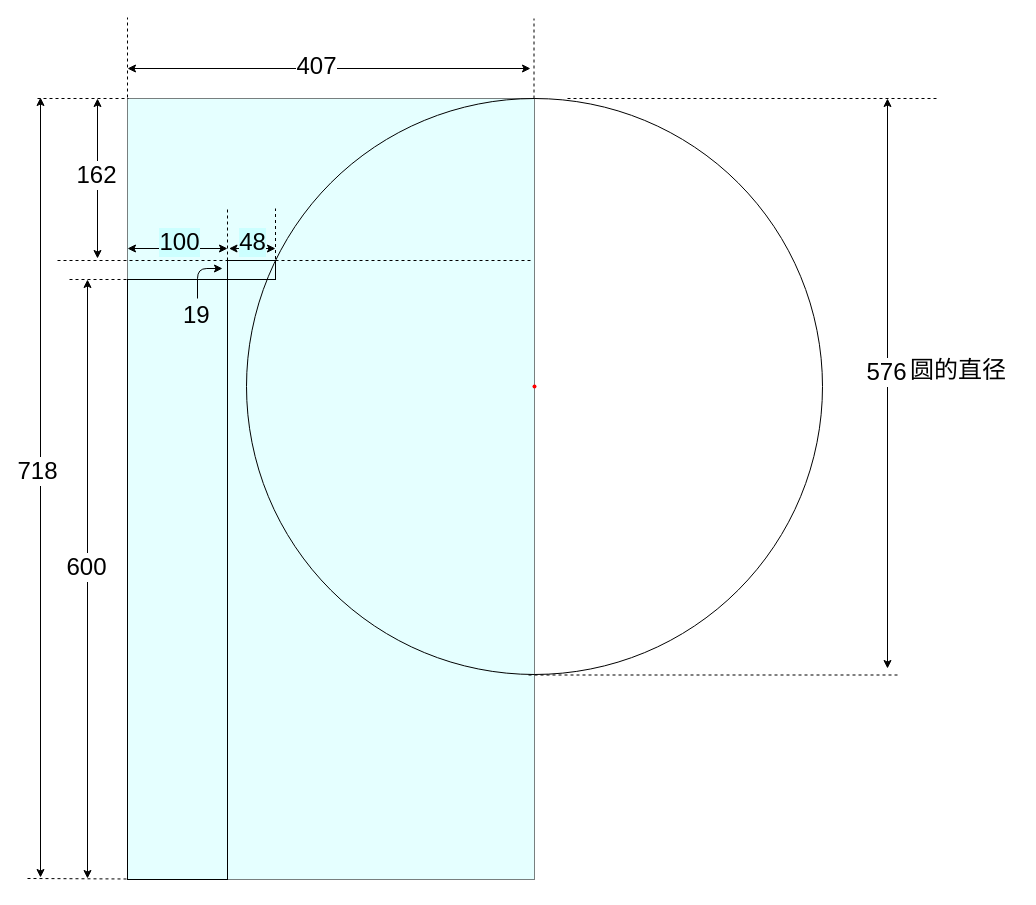
The draw.io diagram result/Untitled Diagram.drawio in Soffiaa/getTitles, before the edit. Source tidied: cells renumbered, new cells numbered last; positions are measured from the earlier drawing's top-left corner, leaving out a move shared by most shapes. Both pictures are drawn from the tidied source at 100%, with x=0, y=0 at pixel (27, 17).
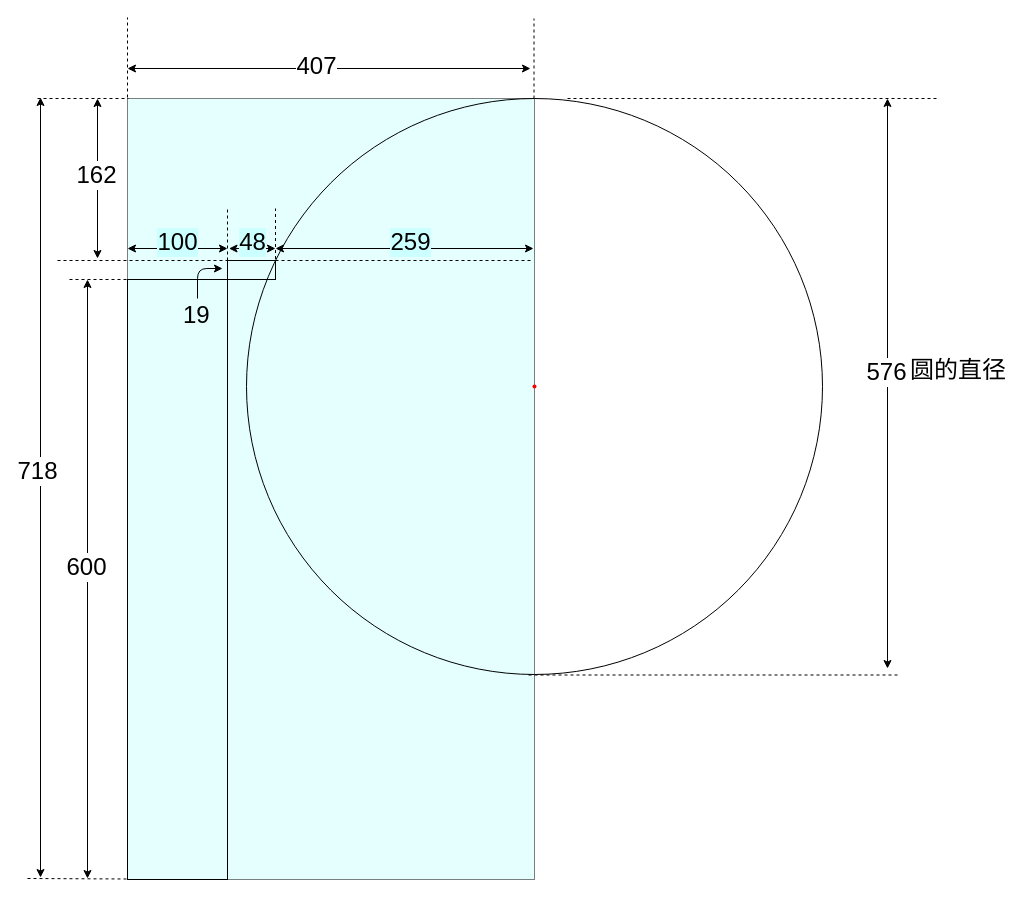
Above is the later version.

Unchanged cells that the change refers to:
```xml
<mxCell id="32" style="endArrow=classic;startArrow=classic;html=1;fontSize=24;" parent="1" edge="1">
  <mxGeometry relative="1" as="geometry">
    <mxPoint x="100" y="231" as="sourcePoint" />
    <mxPoint x="200" y="231" as="targetPoint" />
  </mxGeometry>
</mxCell>
```

What changed in the source:
```diff
@@
     <mxCell id="33" value="100" style="text;html=1;align=center;verticalAlign=middle;labelBackgroundColor=#CCFFFF;fontSize=24;" parent="32" vertex="1">
       <mxGeometry x="0.08" y="-1" relative="1" as="geometry">
-        <mxPoint x="-2.5" y="-8" as="offset" />
+        <mxPoint x="-4.5" y="-8" as="offset" />
       </mxGeometry>
     </mxCell>
@@
+    <mxCell id="36" style="endArrow=classic;startArrow=classic;html=1;fontSize=24;" parent="1" edge="1">
+      <mxGeometry relative="1" as="geometry">
+        <mxPoint x="248" y="231" as="sourcePoint" />
+        <mxPoint x="506" y="231" as="targetPoint" />
+      </mxGeometry>
+    </mxCell>
+    <mxCell id="37" value="259" style="text;html=1;align=center;verticalAlign=middle;labelBackgroundColor=#CCFFFF;fontSize=24;" parent="36" vertex="1">
+      <mxGeometry x="0.08" y="-1" relative="1" as="geometry">
+        <mxPoint x="-4.5" y="-8" as="offset" />
+      </mxGeometry>
+    </mxCell>
```
